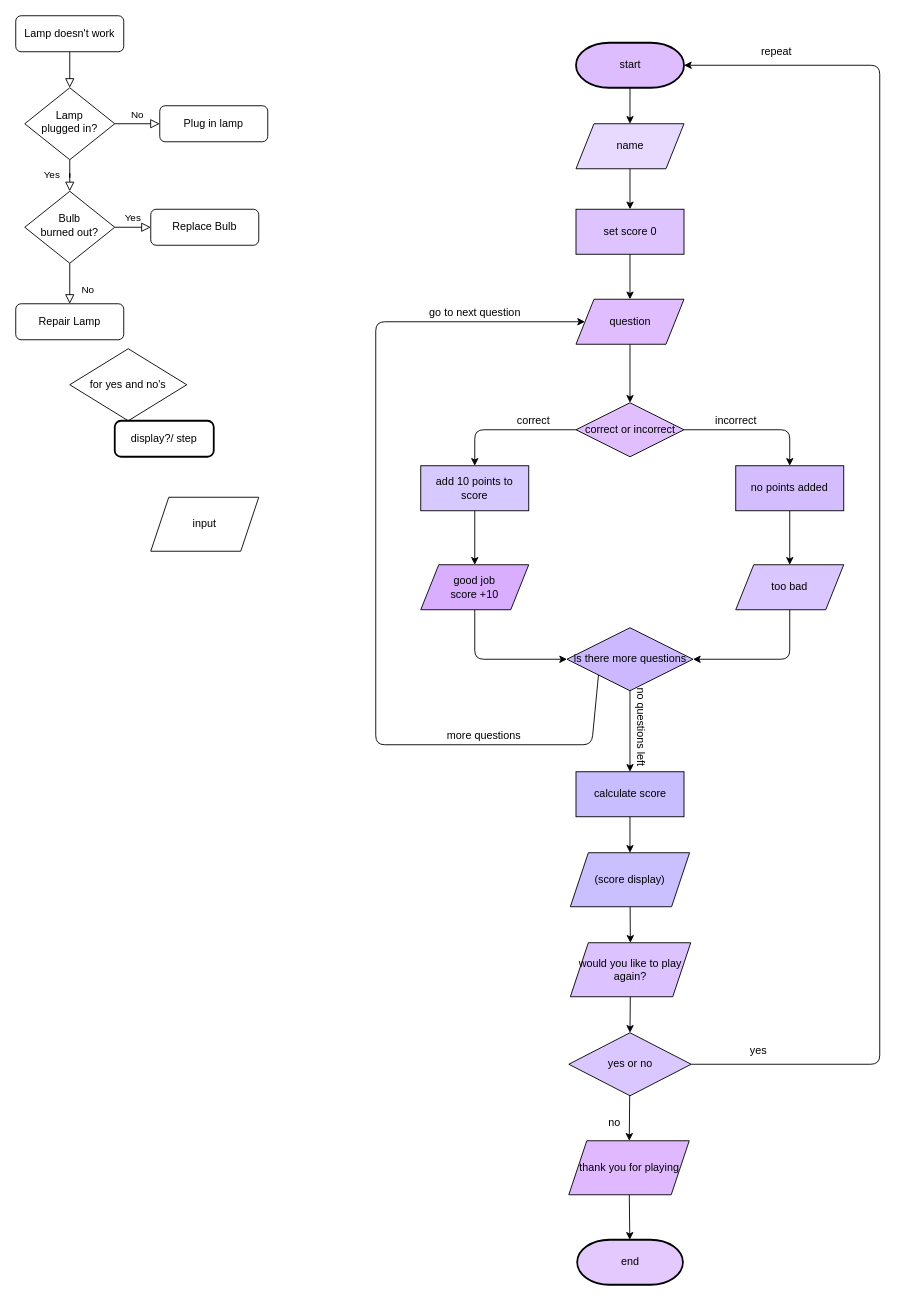
ASDAH-Digtal/level-1-python-quiz-Jianaaaa keeps this draw.io diagram as main/Untitled Diagram.drawio. Above is the earlier version. Source tidied: cells renumbered, new cells numbered last; positions are measured from the earlier drawing's top-left corner, leaving out a move shared by most shapes. Both pictures are drawn from the tidied source at 90%, with x=0, y=0 at pixel (15, 15).
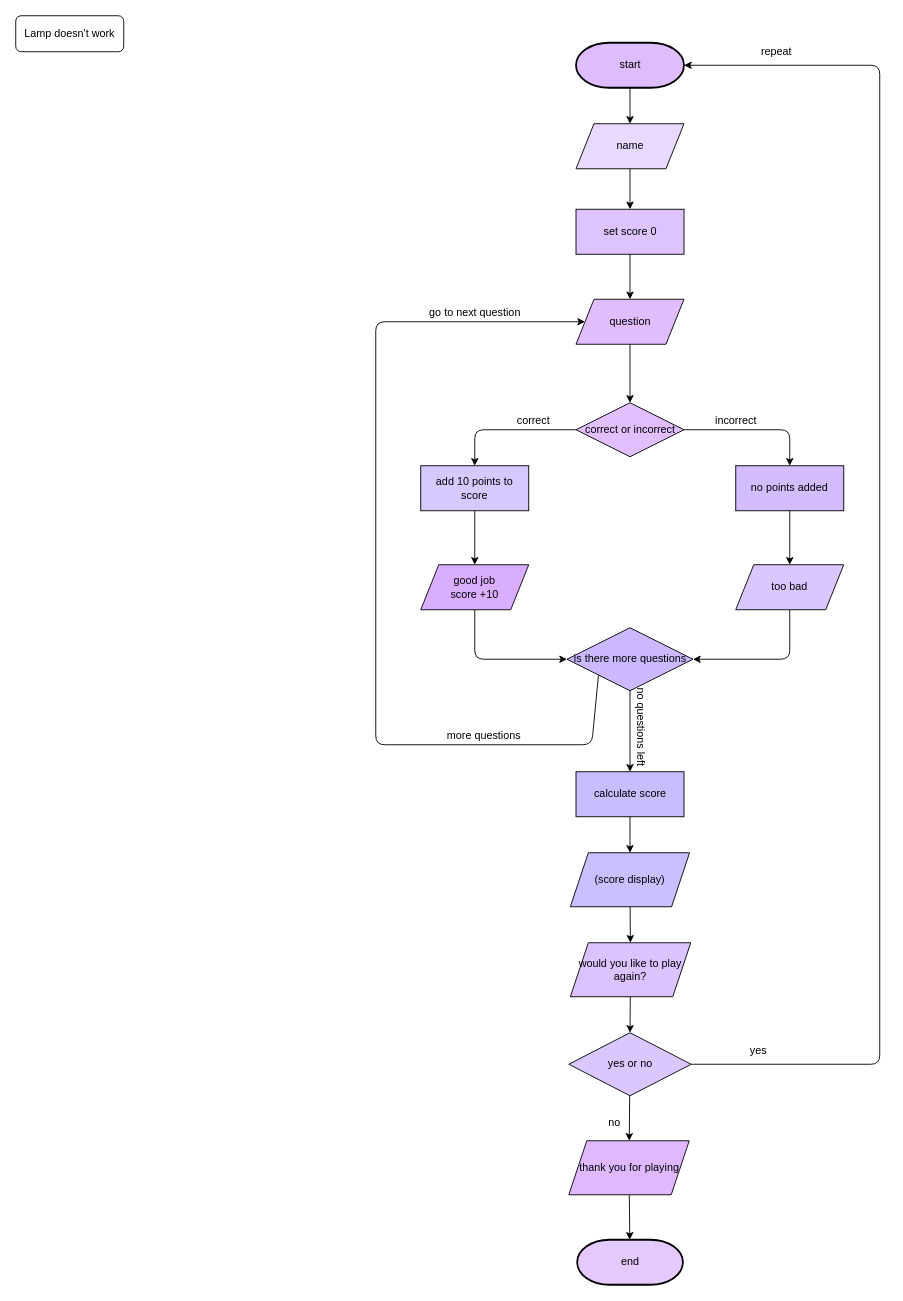
The same diagram, later.

Unchanged cells that the change refers to:
```xml
<mxCell id="3" value="Lamp doesn't work" style="rounded=1;whiteSpace=wrap;html=1;fontSize=12;glass=0;strokeWidth=1;shadow=0;" parent="1" vertex="1">
  <mxGeometry width="120" height="40" as="geometry" />
</mxCell>
```

What changed in the source:
```diff
@@
-    <mxCell id="2" style="rounded=0;html=1;jettySize=auto;fontSize=11;endArrow=block;endFill=0;endSize=8;strokeWidth=1;shadow=0;labelBackgroundColor=none;edgeStyle=orthogonalEdgeStyle;" parent="1" edge="1" source="3" target="6">
-      <mxGeometry relative="1" as="geometry" />
-    </mxCell>
@@
-    <mxCell id="4" value="Yes" style="rounded=0;html=1;jettySize=auto;fontSize=11;endArrow=block;endFill=0;endSize=8;strokeWidth=1;shadow=0;labelBackgroundColor=none;edgeStyle=orthogonalEdgeStyle;" parent="1" edge="1" source="6" target="10">
-      <mxGeometry y="20" relative="1" as="geometry" />
-    </mxCell>
-    <mxCell id="5" value="No" style="edgeStyle=orthogonalEdgeStyle;rounded=0;html=1;jettySize=auto;fontSize=11;endArrow=block;endFill=0;endSize=8;strokeWidth=1;shadow=0;labelBackgroundColor=none;" parent="1" edge="1" source="6" target="7">
-      <mxGeometry y="10" relative="1" as="geometry" />
-    </mxCell>
-    <mxCell id="6" value="Lamp&lt;br&gt;plugged in?" style="rhombus;whiteSpace=wrap;html=1;shadow=0;fontFamily=Helvetica;fontSize=12;align=center;strokeWidth=1;spacing=6;spacingTop=-4;" parent="1" vertex="1">
-      <mxGeometry x="10" y="80" width="100" height="80" as="geometry" />
-    </mxCell>
-    <mxCell id="7" value="Plug in lamp" style="rounded=1;whiteSpace=wrap;html=1;fontSize=12;glass=0;strokeWidth=1;shadow=0;" parent="1" vertex="1">
-      <mxGeometry x="160" y="100" width="120" height="40" as="geometry" />
-    </mxCell>
-    <mxCell id="8" value="No" style="rounded=0;html=1;jettySize=auto;fontSize=11;endArrow=block;endFill=0;endSize=8;strokeWidth=1;shadow=0;labelBackgroundColor=none;edgeStyle=orthogonalEdgeStyle;" parent="1" edge="1" source="10" target="11">
-      <mxGeometry x="0.33" y="20" relative="1" as="geometry" />
-    </mxCell>
-    <mxCell id="9" value="Yes" style="edgeStyle=orthogonalEdgeStyle;rounded=0;html=1;jettySize=auto;fontSize=11;endArrow=block;endFill=0;endSize=8;strokeWidth=1;shadow=0;labelBackgroundColor=none;" parent="1" edge="1" source="10" target="12">
-      <mxGeometry y="10" relative="1" as="geometry" />
-    </mxCell>
-    <mxCell id="10" value="Bulb&lt;br&gt;burned out?" style="rhombus;whiteSpace=wrap;html=1;shadow=0;fontFamily=Helvetica;fontSize=12;align=center;strokeWidth=1;spacing=6;spacingTop=-4;" parent="1" vertex="1">
-      <mxGeometry x="10" y="195" width="100" height="80" as="geometry" />
-    </mxCell>
-    <mxCell id="11" value="Repair Lamp" style="rounded=1;whiteSpace=wrap;html=1;fontSize=12;glass=0;strokeWidth=1;shadow=0;" parent="1" vertex="1">
-      <mxGeometry y="320" width="120" height="40" as="geometry" />
-    </mxCell>
-    <mxCell id="12" value="Replace Bulb" style="rounded=1;whiteSpace=wrap;html=1;fontSize=12;glass=0;strokeWidth=1;shadow=0;" parent="1" vertex="1">
-      <mxGeometry x="150" y="215" width="120" height="40" as="geometry" />
-    </mxCell>
@@
-    <mxCell id="26" value="input" style="shape=parallelogram;perimeter=parallelogramPerimeter;whiteSpace=wrap;html=1;fixedSize=1;" parent="1" vertex="1">
-      <mxGeometry x="150" y="535" width="120" height="60" as="geometry" />
-    </mxCell>
-    <mxCell id="27" value="for yes and no's" style="rhombus;whiteSpace=wrap;html=1;" parent="1" vertex="1">
-      <mxGeometry x="60" y="370" width="130" height="80" as="geometry" />
-    </mxCell>
-    <mxCell id="28" value="display?/ step" style="rounded=1;whiteSpace=wrap;html=1;absoluteArcSize=1;arcSize=14;strokeWidth=2;" parent="1" vertex="1">
-      <mxGeometry x="110" y="450" width="110" height="40" as="geometry" />
-    </mxCell>
```
